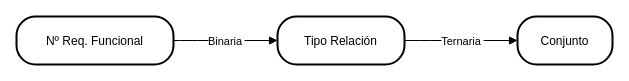
Before: IngenieríaDeSoftware/Práctica2 Actividad1/Diagrama sin título.drawio in aloantony/TrabajosEnGrupoGII-DalilaTony, a draw.io diagram. Source tidied: cells renumbered, new cells numbered last; positions are measured from the earlier drawing's top-left corner, leaving out a move shared by most shapes. Both pictures are drawn from the tidied source at 100%, with x=0, y=0 at pixel (16, 16).
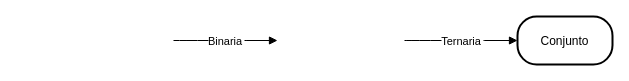
The same diagram, later.

What changed in the source:
```diff
@@
 <mxGraphModel>
   <root>
     <mxCell id="0" />
     <mxCell id="1" parent="0" />
-    <mxCell id="2" value="Nº Req. Funcional" style="rounded=1;arcSize=40;strokeWidth=2;" parent="1" vertex="1">
-      <mxGeometry width="157" height="48" as="geometry" />
-    </mxCell>
-    <mxCell id="3" value="Tipo Relación" style="rounded=1;arcSize=40;strokeWidth=2;" parent="1" vertex="1">
-      <mxGeometry x="261" width="127" height="48" as="geometry" />
-    </mxCell>
     <mxCell id="4" value="Conjunto" style="rounded=1;arcSize=40;strokeWidth=2;" parent="1" vertex="1">
       <mxGeometry x="501" width="95" height="48" as="geometry" />
     </mxCell>
-    <mxCell id="5" value="Binaria" style="curved=1;startArrow=none;endArrow=block;exitX=1;exitY=0.5;entryX=0;entryY=0.5;" parent="1" edge="1" source="2" target="3">
-      <mxGeometry relative="1" as="geometry" />
+    <mxCell id="5" value="Binaria" style="curved=1;startArrow=none;endArrow=block;exitX=1;exitY=0.5;entryX=0;entryY=0.5;" parent="1" edge="1">
+      <mxGeometry relative="1" as="geometry">
+        <mxPoint x="157" y="24" as="sourcePoint" />
+        <mxPoint x="261" y="24" as="targetPoint" />
+      </mxGeometry>
     </mxCell>
-    <mxCell id="6" value="Ternaria" style="curved=1;startArrow=none;endArrow=block;exitX=1;exitY=0.5;entryX=0;entryY=0.5;" parent="1" edge="1" source="3" target="4">
-      <mxGeometry relative="1" as="geometry" />
+    <mxCell id="6" value="Ternaria" style="curved=1;startArrow=none;endArrow=block;exitX=1;exitY=0.5;entryX=0;entryY=0.5;" parent="1" edge="1" target="4">
+      <mxGeometry relative="1" as="geometry">
+        <mxPoint x="388" y="24" as="sourcePoint" />
+      </mxGeometry>
     </mxCell>
   </root>
 </mxGraphModel>
```
